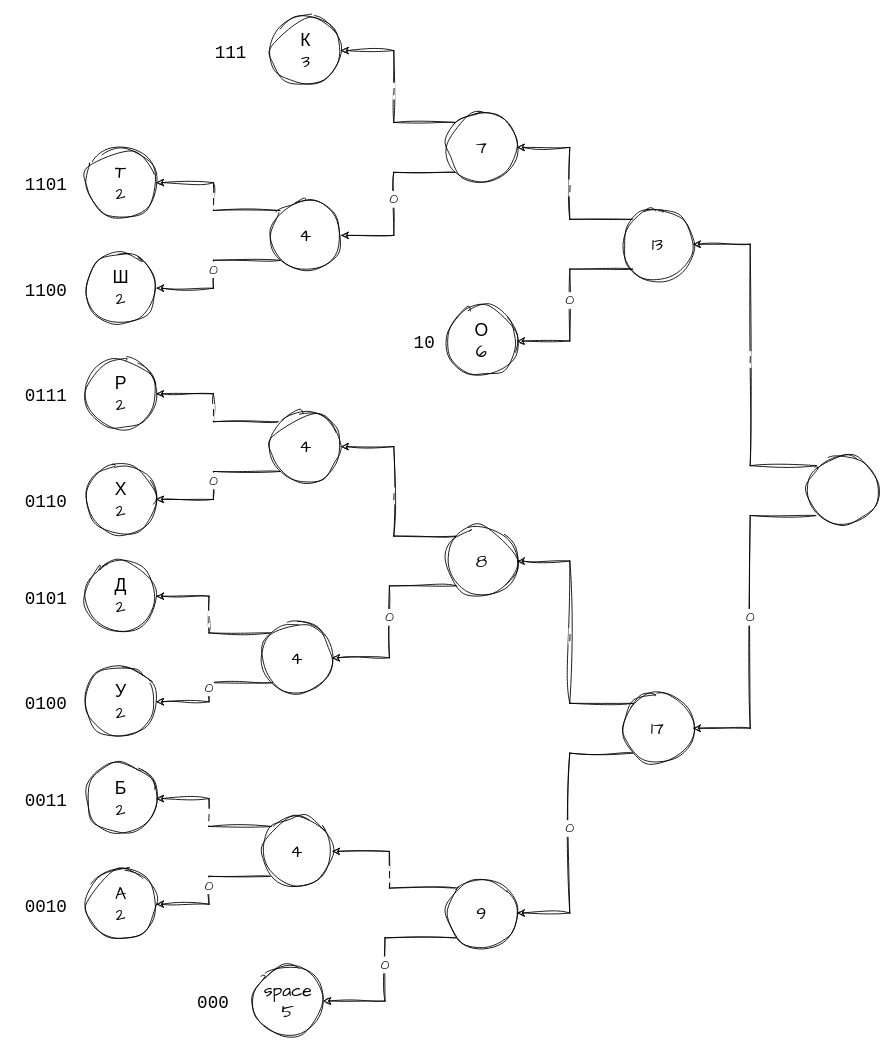
Above: 6_semester/ТАСИ/1/huffman.drawio in vladcto/suai-labs (draw.io), before the change. Source tidied: cells renumbered, new cells numbered last; positions are measured from the earlier drawing's top-left corner, leaving out a move shared by most shapes. Both pictures are drawn from the tidied source at 88%, with x=0, y=0 at pixel (15, 15).
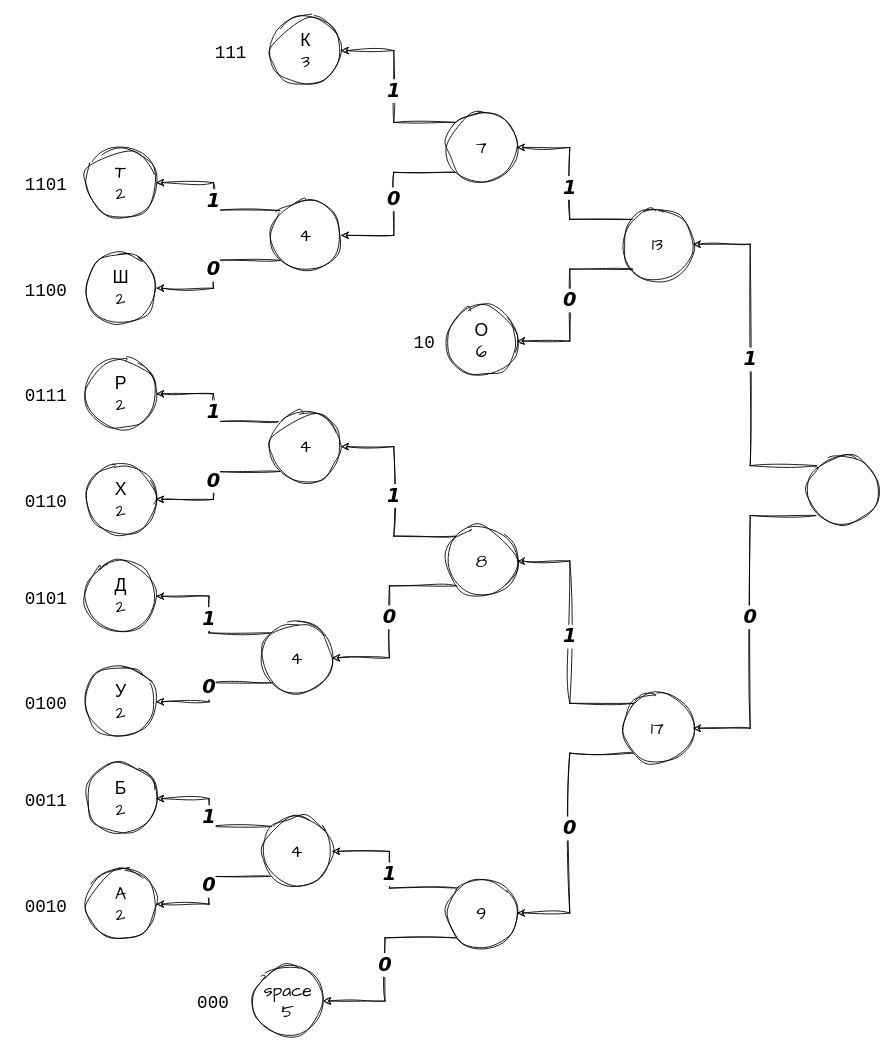
Above is the later version.

The change refers to these unchanged cells:
```xml
<mxCell id="2" value="A&lt;br&gt;2" style="ellipse;whiteSpace=wrap;html=1;sketch=1;hachureGap=4;jiggle=2;curveFitting=1;fontFamily=Architects Daughter;fontSize=20;" parent="1" vertex="1">
  <mxGeometry x="80" y="970" width="80" height="80" as="geometry" />
</mxCell>
<mxCell id="3" value="Б&lt;br&gt;2" style="ellipse;whiteSpace=wrap;html=1;sketch=1;hachureGap=4;jiggle=2;curveFitting=1;fontFamily=Architects Daughter;fontSize=20;" parent="1" vertex="1">
  <mxGeometry x="80" y="850" width="80" height="80" as="geometry" />
</mxCell>
<mxCell id="4" value="У&lt;br&gt;2" style="ellipse;whiteSpace=wrap;html=1;sketch=1;hachureGap=4;jiggle=2;curveFitting=1;fontFamily=Architects Daughter;fontSize=20;" parent="1" vertex="1">
  <mxGeometry x="80" y="740" width="80" height="80" as="geometry" />
</mxCell>
<mxCell id="5" value="Д&lt;br&gt;2" style="ellipse;whiteSpace=wrap;html=1;sketch=1;hachureGap=4;jiggle=2;curveFitting=1;fontFamily=Architects Daughter;fontSize=20;" parent="1" vertex="1">
  <mxGeometry x="80" y="620" width="80" height="80" as="geometry" />
</mxCell>
<mxCell id="6" value="Х&lt;br&gt;2" style="ellipse;whiteSpace=wrap;html=1;sketch=1;hachureGap=4;jiggle=2;curveFitting=1;fontFamily=Architects Daughter;fontSize=20;" parent="1" vertex="1">
  <mxGeometry x="80" y="510" width="80" height="80" as="geometry" />
</mxCell>
<mxCell id="7" value="Р&lt;br&gt;2" style="ellipse;whiteSpace=wrap;html=1;sketch=1;hachureGap=4;jiggle=2;curveFitting=1;fontFamily=Architects Daughter;fontSize=20;" parent="1" vertex="1">
  <mxGeometry x="80" y="390" width="80" height="80" as="geometry" />
</mxCell>
<mxCell id="8" value="Ш&lt;br&gt;2" style="ellipse;whiteSpace=wrap;html=1;sketch=1;hachureGap=4;jiggle=2;curveFitting=1;fontFamily=Architects Daughter;fontSize=20;" parent="1" vertex="1">
  <mxGeometry x="80" y="270" width="80" height="80" as="geometry" />
</mxCell>
<mxCell id="9" value="T&lt;br&gt;2" style="ellipse;whiteSpace=wrap;html=1;sketch=1;hachureGap=4;jiggle=2;curveFitting=1;fontFamily=Architects Daughter;fontSize=20;" parent="1" vertex="1">
  <mxGeometry x="80" y="150" width="80" height="80" as="geometry" />
</mxCell>
<mxCell id="10" value="space&lt;br&gt;5" style="ellipse;whiteSpace=wrap;html=1;sketch=1;hachureGap=4;jiggle=2;curveFitting=1;fontFamily=Architects Daughter;fontSize=20;" parent="1" vertex="1">
  <mxGeometry x="270" y="1080" width="80" height="80" as="geometry" />
</mxCell>
<mxCell id="11" value="О&lt;br&gt;6" style="ellipse;whiteSpace=wrap;html=1;sketch=1;hachureGap=4;jiggle=2;curveFitting=1;fontFamily=Architects Daughter;fontSize=20;" parent="1" vertex="1">
  <mxGeometry x="490" y="330" width="80" height="80" as="geometry" />
</mxCell>
<mxCell id="14" value="4" style="ellipse;whiteSpace=wrap;html=1;sketch=1;hachureGap=4;jiggle=2;curveFitting=1;fontFamily=Architects Daughter;fontSize=20;" parent="1" vertex="1">
  <mxGeometry x="280" y="910" width="80" height="80" as="geometry" />
</mxCell>
<mxCell id="17" value="4" style="ellipse;whiteSpace=wrap;html=1;sketch=1;hachureGap=4;jiggle=2;curveFitting=1;fontFamily=Architects Daughter;fontSize=20;" parent="1" vertex="1">
  <mxGeometry x="280" y="690" width="80" height="80" as="geometry" />
</mxCell>
<mxCell id="20" value="4" style="ellipse;whiteSpace=wrap;html=1;sketch=1;hachureGap=4;jiggle=2;curveFitting=1;fontFamily=Architects Daughter;fontSize=20;" parent="1" vertex="1">
  <mxGeometry x="290" y="450" width="80" height="80" as="geometry" />
</mxCell>
<mxCell id="23" value="4" style="ellipse;whiteSpace=wrap;html=1;sketch=1;hachureGap=4;jiggle=2;curveFitting=1;fontFamily=Architects Daughter;fontSize=20;" parent="1" vertex="1">
  <mxGeometry x="290" y="210" width="80" height="80" as="geometry" />
</mxCell>
<mxCell id="34" value="К&lt;br&gt;3" style="ellipse;whiteSpace=wrap;html=1;sketch=1;hachureGap=4;jiggle=2;curveFitting=1;fontFamily=Architects Daughter;fontSize=20;" parent="1" vertex="1">
  <mxGeometry x="290" width="80" height="80" as="geometry" />
</mxCell>
<mxCell id="38" value="7" style="ellipse;whiteSpace=wrap;html=1;sketch=1;hachureGap=4;jiggle=2;curveFitting=1;fontFamily=Architects Daughter;fontSize=20;" parent="1" vertex="1">
  <mxGeometry x="490" y="110" width="80" height="80" as="geometry" />
</mxCell>
<mxCell id="41" value="8" style="ellipse;whiteSpace=wrap;html=1;sketch=1;hachureGap=4;jiggle=2;curveFitting=1;fontFamily=Architects Daughter;fontSize=20;" parent="1" vertex="1">
  <mxGeometry x="490" y="580" width="80" height="80" as="geometry" />
</mxCell>
<mxCell id="44" value="9" style="ellipse;whiteSpace=wrap;html=1;sketch=1;hachureGap=4;jiggle=2;curveFitting=1;fontFamily=Architects Daughter;fontSize=20;" parent="1" vertex="1">
  <mxGeometry x="490" y="980" width="80" height="80" as="geometry" />
</mxCell>
<mxCell id="47" value="13" style="ellipse;whiteSpace=wrap;html=1;sketch=1;hachureGap=4;jiggle=2;curveFitting=1;fontFamily=Architects Daughter;fontSize=20;" parent="1" vertex="1">
  <mxGeometry x="690" y="220" width="80" height="80" as="geometry" />
</mxCell>
<mxCell id="50" value="17" style="ellipse;whiteSpace=wrap;html=1;sketch=1;hachureGap=4;jiggle=2;curveFitting=1;fontFamily=Architects Daughter;fontSize=20;" parent="1" vertex="1">
  <mxGeometry x="690" y="770" width="80" height="80" as="geometry" />
</mxCell>
<mxCell id="53" style="ellipse;whiteSpace=wrap;html=1;sketch=1;hachureGap=4;jiggle=2;curveFitting=1;fontFamily=Architects Daughter;fontSize=20;" parent="1" vertex="1">
  <mxGeometry x="900" y="500" width="80" height="80" as="geometry" />
</mxCell>
```

The edit, as a diff of the source:
```diff
@@
-    <mxCell id="12" value="1" style="edgeStyle=orthogonalEdgeStyle;rounded=0;sketch=1;hachureGap=4;jiggle=2;curveFitting=1;jettySize=auto;html=1;exitX=0;exitY=0;exitDx=0;exitDy=0;entryX=1;entryY=0.5;entryDx=0;entryDy=0;fontFamily=Architects Daughter;fontSize=16;" parent="1" edge="1" source="14" target="3">
+    <mxCell id="12" value="1" style="edgeStyle=orthogonalEdgeStyle;rounded=0;sketch=1;hachureGap=4;jiggle=2;curveFitting=1;jettySize=auto;html=1;exitX=0;exitY=0;exitDx=0;exitDy=0;entryX=1;entryY=0.5;entryDx=0;entryDy=0;fontFamily=Verdana;fontSize=22;fontStyle=3;" parent="1" edge="1" source="14" target="3">
       <mxGeometry relative="1" as="geometry" />
     </mxCell>
-    <mxCell id="13" value="0" style="edgeStyle=orthogonalEdgeStyle;rounded=0;sketch=1;hachureGap=4;jiggle=2;curveFitting=1;jettySize=auto;html=1;exitX=0;exitY=1;exitDx=0;exitDy=0;entryX=1;entryY=0.5;entryDx=0;entryDy=0;fontFamily=Architects Daughter;fontSize=16;" parent="1" edge="1" source="14" target="2">
+    <mxCell id="13" value="0" style="edgeStyle=orthogonalEdgeStyle;rounded=0;sketch=1;hachureGap=4;jiggle=2;curveFitting=1;jettySize=auto;html=1;exitX=0;exitY=1;exitDx=0;exitDy=0;entryX=1;entryY=0.5;entryDx=0;entryDy=0;fontFamily=Verdana;fontSize=22;fontStyle=3;" parent="1" edge="1" source="14" target="2">
       <mxGeometry relative="1" as="geometry" />
     </mxCell>
@@
-    <mxCell id="15" value="0" style="edgeStyle=orthogonalEdgeStyle;rounded=0;sketch=1;hachureGap=4;jiggle=2;curveFitting=1;jettySize=auto;html=1;exitX=0;exitY=1;exitDx=0;exitDy=0;entryX=1;entryY=0.5;entryDx=0;entryDy=0;fontFamily=Architects Daughter;fontSize=16;" parent="1" edge="1" source="17" target="4">
+    <mxCell id="15" value="0" style="edgeStyle=orthogonalEdgeStyle;rounded=0;sketch=1;hachureGap=4;jiggle=2;curveFitting=1;jettySize=auto;html=1;exitX=0;exitY=1;exitDx=0;exitDy=0;entryX=1;entryY=0.5;entryDx=0;entryDy=0;fontFamily=Verdana;fontSize=22;fontStyle=3;" parent="1" edge="1" source="17" target="4">
       <mxGeometry relative="1" as="geometry" />
     </mxCell>
-    <mxCell id="16" value="1" style="edgeStyle=orthogonalEdgeStyle;rounded=0;sketch=1;hachureGap=4;jiggle=2;curveFitting=1;jettySize=auto;html=1;exitX=0;exitY=0;exitDx=0;exitDy=0;entryX=1;entryY=0.5;entryDx=0;entryDy=0;fontFamily=Architects Daughter;fontSize=16;" parent="1" edge="1" source="17" target="5">
+    <mxCell id="16" value="1" style="edgeStyle=orthogonalEdgeStyle;rounded=0;sketch=1;hachureGap=4;jiggle=2;curveFitting=1;jettySize=auto;html=1;exitX=0;exitY=0;exitDx=0;exitDy=0;entryX=1;entryY=0.5;entryDx=0;entryDy=0;fontFamily=Verdana;fontSize=22;fontStyle=3;" parent="1" edge="1" source="17" target="5">
       <mxGeometry relative="1" as="geometry" />
     </mxCell>
@@
-    <mxCell id="18" value="0" style="edgeStyle=orthogonalEdgeStyle;rounded=0;sketch=1;hachureGap=4;jiggle=2;curveFitting=1;jettySize=auto;html=1;exitX=0;exitY=1;exitDx=0;exitDy=0;entryX=1;entryY=0.5;entryDx=0;entryDy=0;fontFamily=Architects Daughter;fontSize=16;" parent="1" edge="1" source="20" target="6">
+    <mxCell id="18" value="0" style="edgeStyle=orthogonalEdgeStyle;rounded=0;sketch=1;hachureGap=4;jiggle=2;curveFitting=1;jettySize=auto;html=1;exitX=0;exitY=1;exitDx=0;exitDy=0;entryX=1;entryY=0.5;entryDx=0;entryDy=0;fontFamily=Verdana;fontSize=22;fontStyle=3;" parent="1" edge="1" source="20" target="6">
       <mxGeometry relative="1" as="geometry" />
     </mxCell>
-    <mxCell id="19" value="1" style="edgeStyle=orthogonalEdgeStyle;rounded=0;sketch=1;hachureGap=4;jiggle=2;curveFitting=1;jettySize=auto;html=1;exitX=0;exitY=0;exitDx=0;exitDy=0;entryX=1;entryY=0.5;entryDx=0;entryDy=0;fontFamily=Architects Daughter;fontSize=16;" parent="1" edge="1" source="20" target="7">
+    <mxCell id="19" value="1" style="edgeStyle=orthogonalEdgeStyle;rounded=0;sketch=1;hachureGap=4;jiggle=2;curveFitting=1;jettySize=auto;html=1;exitX=0;exitY=0;exitDx=0;exitDy=0;entryX=1;entryY=0.5;entryDx=0;entryDy=0;fontFamily=Verdana;fontSize=22;fontStyle=3;" parent="1" edge="1" source="20" target="7">
       <mxGeometry relative="1" as="geometry" />
     </mxCell>
@@
-    <mxCell id="21" value="0" style="edgeStyle=orthogonalEdgeStyle;rounded=0;sketch=1;hachureGap=4;jiggle=2;curveFitting=1;jettySize=auto;html=1;exitX=0;exitY=1;exitDx=0;exitDy=0;entryX=1;entryY=0.5;entryDx=0;entryDy=0;fontFamily=Architects Daughter;fontSize=16;" parent="1" edge="1" source="23" target="8">
+    <mxCell id="21" value="0" style="edgeStyle=orthogonalEdgeStyle;rounded=0;sketch=1;hachureGap=4;jiggle=2;curveFitting=1;jettySize=auto;html=1;exitX=0;exitY=1;exitDx=0;exitDy=0;entryX=1;entryY=0.5;entryDx=0;entryDy=0;fontFamily=Verdana;fontSize=22;fontStyle=3;" parent="1" edge="1" source="23" target="8">
       <mxGeometry relative="1" as="geometry" />
     </mxCell>
-    <mxCell id="22" value="1" style="edgeStyle=orthogonalEdgeStyle;rounded=0;sketch=1;hachureGap=4;jiggle=2;curveFitting=1;jettySize=auto;html=1;exitX=0;exitY=0;exitDx=0;exitDy=0;entryX=1;entryY=0.5;entryDx=0;entryDy=0;fontFamily=Architects Daughter;fontSize=16;" parent="1" edge="1" source="23" target="9">
+    <mxCell id="22" value="1" style="edgeStyle=orthogonalEdgeStyle;rounded=0;sketch=1;hachureGap=4;jiggle=2;curveFitting=1;jettySize=auto;html=1;exitX=0;exitY=0;exitDx=0;exitDy=0;entryX=1;entryY=0.5;entryDx=0;entryDy=0;fontFamily=Verdana;fontSize=22;fontStyle=3;" parent="1" edge="1" source="23" target="9">
       <mxGeometry relative="1" as="geometry" />
     </mxCell>
@@
-    <mxCell id="36" value="0" style="edgeStyle=orthogonalEdgeStyle;rounded=0;sketch=1;hachureGap=4;jiggle=2;curveFitting=1;jettySize=auto;html=1;exitX=0;exitY=1;exitDx=0;exitDy=0;entryX=1;entryY=0.5;entryDx=0;entryDy=0;fontFamily=Architects Daughter;fontSize=16;" parent="1" edge="1" source="38" target="23">
+    <mxCell id="36" value="0" style="edgeStyle=orthogonalEdgeStyle;rounded=0;sketch=1;hachureGap=4;jiggle=2;curveFitting=1;jettySize=auto;html=1;exitX=0;exitY=1;exitDx=0;exitDy=0;entryX=1;entryY=0.5;entryDx=0;entryDy=0;fontFamily=Verdana;fontSize=22;fontStyle=3;" parent="1" edge="1" source="38" target="23">
       <mxGeometry relative="1" as="geometry" />
     </mxCell>
-    <mxCell id="37" value="1" style="edgeStyle=orthogonalEdgeStyle;rounded=0;sketch=1;hachureGap=4;jiggle=2;curveFitting=1;jettySize=auto;html=1;exitX=0;exitY=0;exitDx=0;exitDy=0;entryX=1;entryY=0.5;entryDx=0;entryDy=0;fontFamily=Architects Daughter;fontSize=16;" parent="1" edge="1" source="38" target="34">
+    <mxCell id="37" value="1" style="edgeStyle=orthogonalEdgeStyle;rounded=0;sketch=1;hachureGap=4;jiggle=2;curveFitting=1;jettySize=auto;html=1;exitX=0;exitY=0;exitDx=0;exitDy=0;entryX=1;entryY=0.5;entryDx=0;entryDy=0;fontFamily=Verdana;fontSize=22;fontStyle=3;" parent="1" edge="1" source="38" target="34">
       <mxGeometry relative="1" as="geometry" />
     </mxCell>
@@
-    <mxCell id="39" value="1" style="edgeStyle=orthogonalEdgeStyle;rounded=0;sketch=1;hachureGap=4;jiggle=2;curveFitting=1;jettySize=auto;html=1;exitX=0;exitY=0;exitDx=0;exitDy=0;entryX=1;entryY=0.5;entryDx=0;entryDy=0;fontFamily=Architects Daughter;fontSize=16;" parent="1" edge="1" source="41" target="20">
+    <mxCell id="39" value="1" style="edgeStyle=orthogonalEdgeStyle;rounded=0;sketch=1;hachureGap=4;jiggle=2;curveFitting=1;jettySize=auto;html=1;exitX=0;exitY=0;exitDx=0;exitDy=0;entryX=1;entryY=0.5;entryDx=0;entryDy=0;fontFamily=Verdana;fontSize=22;fontStyle=3;" parent="1" edge="1" source="41" target="20">
       <mxGeometry relative="1" as="geometry" />
     </mxCell>
-    <mxCell id="40" value="0" style="edgeStyle=orthogonalEdgeStyle;rounded=0;sketch=1;hachureGap=4;jiggle=2;curveFitting=1;jettySize=auto;html=1;exitX=0;exitY=1;exitDx=0;exitDy=0;entryX=1;entryY=0.5;entryDx=0;entryDy=0;fontFamily=Architects Daughter;fontSize=16;" parent="1" edge="1" source="41" target="17">
+    <mxCell id="40" value="0" style="edgeStyle=orthogonalEdgeStyle;rounded=0;sketch=1;hachureGap=4;jiggle=2;curveFitting=1;jettySize=auto;html=1;exitX=0;exitY=1;exitDx=0;exitDy=0;entryX=1;entryY=0.5;entryDx=0;entryDy=0;fontFamily=Verdana;fontSize=22;fontStyle=3;" parent="1" edge="1" source="41" target="17">
       <mxGeometry relative="1" as="geometry" />
     </mxCell>
@@
-    <mxCell id="42" value="1" style="edgeStyle=orthogonalEdgeStyle;rounded=0;sketch=1;hachureGap=4;jiggle=2;curveFitting=1;jettySize=auto;html=1;exitX=0;exitY=0;exitDx=0;exitDy=0;entryX=1;entryY=0.5;entryDx=0;entryDy=0;fontFamily=Architects Daughter;fontSize=16;" parent="1" edge="1" source="44" target="14">
+    <mxCell id="42" value="1" style="edgeStyle=orthogonalEdgeStyle;rounded=0;sketch=1;hachureGap=4;jiggle=2;curveFitting=1;jettySize=auto;html=1;exitX=0;exitY=0;exitDx=0;exitDy=0;entryX=1;entryY=0.5;entryDx=0;entryDy=0;fontFamily=Verdana;fontSize=22;fontStyle=3;" parent="1" edge="1" source="44" target="14">
       <mxGeometry relative="1" as="geometry" />
     </mxCell>
-    <mxCell id="43" value="0" style="edgeStyle=orthogonalEdgeStyle;rounded=0;sketch=1;hachureGap=4;jiggle=2;curveFitting=1;jettySize=auto;html=1;exitX=0;exitY=1;exitDx=0;exitDy=0;entryX=1;entryY=0.5;entryDx=0;entryDy=0;fontFamily=Architects Daughter;fontSize=16;" parent="1" edge="1" source="44" target="10">
+    <mxCell id="43" value="0" style="edgeStyle=orthogonalEdgeStyle;rounded=0;sketch=1;hachureGap=4;jiggle=2;curveFitting=1;jettySize=auto;html=1;exitX=0;exitY=1;exitDx=0;exitDy=0;entryX=1;entryY=0.5;entryDx=0;entryDy=0;fontFamily=Verdana;fontSize=22;fontStyle=3;" parent="1" edge="1" source="44" target="10">
       <mxGeometry relative="1" as="geometry" />
     </mxCell>
@@
-    <mxCell id="45" value="0" style="edgeStyle=orthogonalEdgeStyle;rounded=0;sketch=1;hachureGap=4;jiggle=2;curveFitting=1;jettySize=auto;html=1;exitX=0;exitY=1;exitDx=0;exitDy=0;entryX=1;entryY=0.5;entryDx=0;entryDy=0;fontFamily=Architects Daughter;fontSize=16;" parent="1" edge="1" source="47" target="11">
+    <mxCell id="45" value="0" style="edgeStyle=orthogonalEdgeStyle;rounded=0;sketch=1;hachureGap=4;jiggle=2;curveFitting=1;jettySize=auto;html=1;exitX=0;exitY=1;exitDx=0;exitDy=0;entryX=1;entryY=0.5;entryDx=0;entryDy=0;fontFamily=Verdana;fontSize=22;fontStyle=3;" parent="1" edge="1" source="47" target="11">
       <mxGeometry relative="1" as="geometry" />
     </mxCell>
-    <mxCell id="46" value="1" style="edgeStyle=orthogonalEdgeStyle;rounded=0;sketch=1;hachureGap=4;jiggle=2;curveFitting=1;jettySize=auto;html=1;exitX=0;exitY=0;exitDx=0;exitDy=0;entryX=1;entryY=0.5;entryDx=0;entryDy=0;fontFamily=Architects Daughter;fontSize=16;" parent="1" edge="1" source="47" target="38">
+    <mxCell id="46" value="1" style="edgeStyle=orthogonalEdgeStyle;rounded=0;sketch=1;hachureGap=4;jiggle=2;curveFitting=1;jettySize=auto;html=1;exitX=0;exitY=0;exitDx=0;exitDy=0;entryX=1;entryY=0.5;entryDx=0;entryDy=0;fontFamily=Verdana;fontSize=22;fontStyle=3;" parent="1" edge="1" source="47" target="38">
       <mxGeometry relative="1" as="geometry" />
     </mxCell>
@@
-    <mxCell id="48" value="0" style="edgeStyle=orthogonalEdgeStyle;rounded=0;sketch=1;hachureGap=4;jiggle=2;curveFitting=1;jettySize=auto;html=1;exitX=0;exitY=1;exitDx=0;exitDy=0;entryX=1;entryY=0.5;entryDx=0;entryDy=0;fontFamily=Architects Daughter;fontSize=16;" parent="1" edge="1" source="50" target="44">
+    <mxCell id="48" value="0" style="edgeStyle=orthogonalEdgeStyle;rounded=0;sketch=1;hachureGap=4;jiggle=2;curveFitting=1;jettySize=auto;html=1;exitX=0;exitY=1;exitDx=0;exitDy=0;entryX=1;entryY=0.5;entryDx=0;entryDy=0;fontFamily=Verdana;fontSize=22;fontStyle=3;" parent="1" edge="1" source="50" target="44">
       <mxGeometry relative="1" as="geometry" />
     </mxCell>
-    <mxCell id="49" value="1" style="edgeStyle=orthogonalEdgeStyle;rounded=0;sketch=1;hachureGap=4;jiggle=2;curveFitting=1;jettySize=auto;html=1;exitX=0;exitY=0;exitDx=0;exitDy=0;entryX=1;entryY=0.5;entryDx=0;entryDy=0;fontFamily=Architects Daughter;fontSize=16;" parent="1" edge="1" source="50" target="41">
+    <mxCell id="49" value="1" style="edgeStyle=orthogonalEdgeStyle;rounded=0;sketch=1;hachureGap=4;jiggle=2;curveFitting=1;jettySize=auto;html=1;exitX=0;exitY=0;exitDx=0;exitDy=0;entryX=1;entryY=0.5;entryDx=0;entryDy=0;fontFamily=Verdana;fontSize=22;fontStyle=3;" parent="1" edge="1" source="50" target="41">
       <mxGeometry relative="1" as="geometry" />
     </mxCell>
@@
-    <mxCell id="51" value="1" style="edgeStyle=orthogonalEdgeStyle;rounded=0;sketch=1;hachureGap=4;jiggle=2;curveFitting=1;jettySize=auto;html=1;exitX=0;exitY=0;exitDx=0;exitDy=0;entryX=1;entryY=0.5;entryDx=0;entryDy=0;fontFamily=Architects Daughter;fontSize=16;" parent="1" edge="1" source="53" target="47">
+    <mxCell id="51" value="1" style="edgeStyle=orthogonalEdgeStyle;rounded=0;sketch=1;hachureGap=4;jiggle=2;curveFitting=1;jettySize=auto;html=1;exitX=0;exitY=0;exitDx=0;exitDy=0;entryX=1;entryY=0.5;entryDx=0;entryDy=0;fontFamily=Verdana;fontSize=22;fontStyle=3;" parent="1" edge="1" source="53" target="47">
       <mxGeometry relative="1" as="geometry" />
     </mxCell>
-    <mxCell id="52" value="0" style="edgeStyle=orthogonalEdgeStyle;rounded=0;sketch=1;hachureGap=4;jiggle=2;curveFitting=1;jettySize=auto;html=1;exitX=0;exitY=1;exitDx=0;exitDy=0;entryX=1;entryY=0.5;entryDx=0;entryDy=0;fontFamily=Architects Daughter;fontSize=16;" parent="1" edge="1" source="53" target="50">
+    <mxCell id="52" value="0" style="edgeStyle=orthogonalEdgeStyle;rounded=0;sketch=1;hachureGap=4;jiggle=2;curveFitting=1;jettySize=auto;html=1;exitX=0;exitY=1;exitDx=0;exitDy=0;entryX=1;entryY=0.5;entryDx=0;entryDy=0;fontFamily=Verdana;fontSize=22;fontStyle=3;" parent="1" edge="1" source="53" target="50">
       <mxGeometry relative="1" as="geometry" />
     </mxCell>
```
